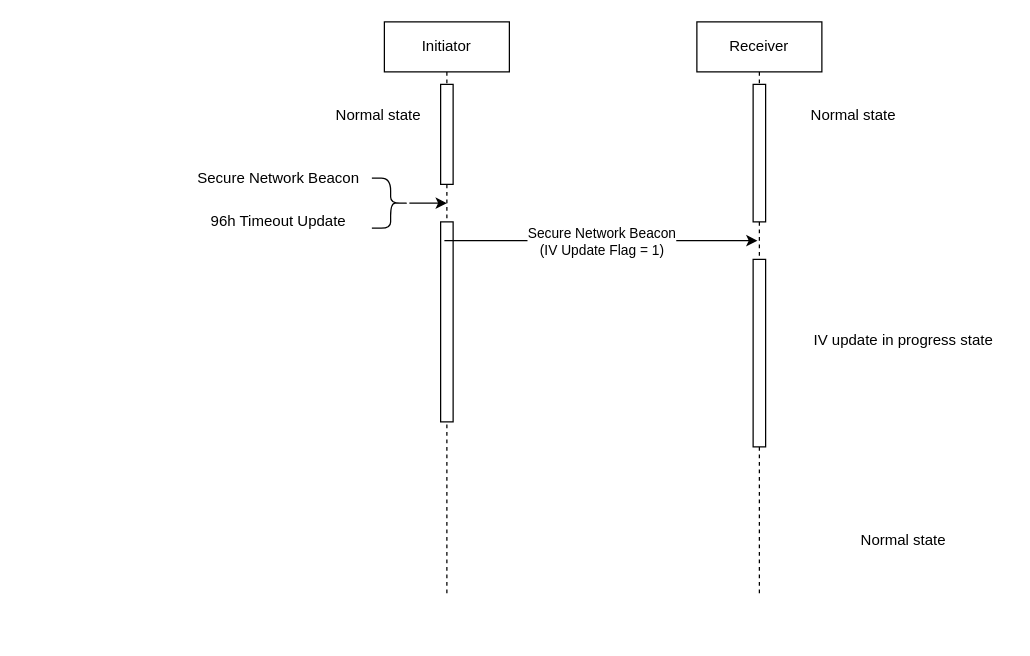
Above: page "第 3 页" (3 of 3) of Untitled Diagram.drawio in git4Chub/drawio_doc (draw.io), before the change. Source tidied: cells renumbered, new cells numbered last; positions are measured from the earlier drawing's top-left corner, leaving out a move shared by most shapes. Both pictures are drawn from the tidied source at 125%, with x=0, y=0 at pixel (184, 21).
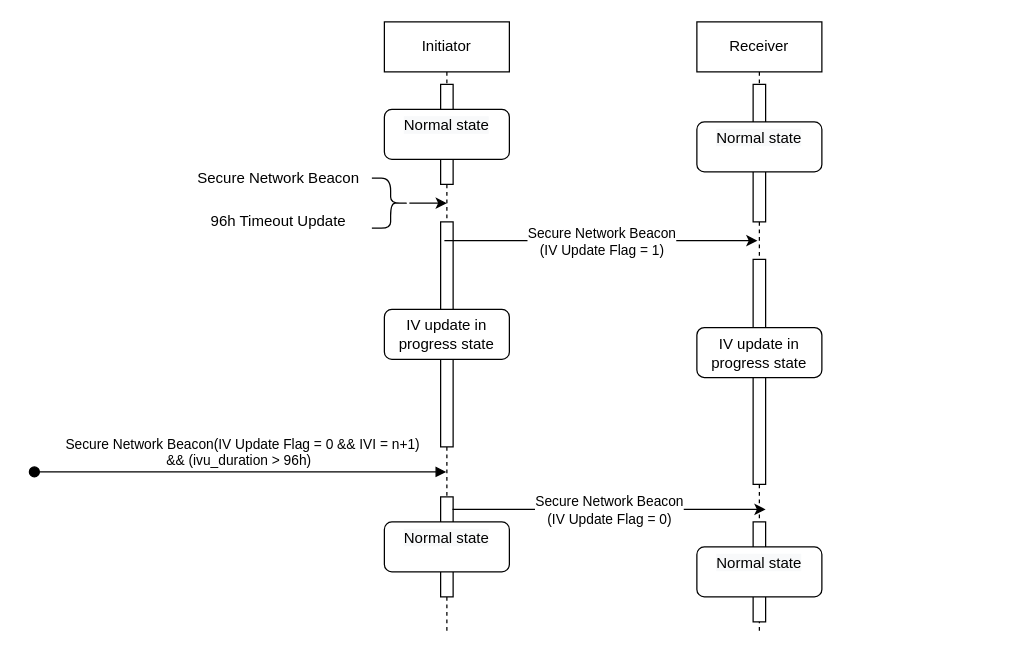
The same diagram, later.

What changed in the source:
```diff
@@
     <mxCell id="2" value="Initiator" style="shape=umlLifeline;perimeter=lifelinePerimeter;whiteSpace=wrap;html=1;outlineConnect=0;" parent="1" vertex="1">
-      <mxGeometry x="160" width="100" height="460" as="geometry" />
+      <mxGeometry x="160" width="100" height="490" as="geometry" />
     </mxCell>
@@
-    <mxCell id="4" value="Normal state" style="text;html=1;align=center;verticalAlign=middle;strokeColor=none;fillColor=none;" parent="2" vertex="1">
-      <mxGeometry x="-50" y="60" width="90" height="30" as="geometry" />
-    </mxCell>
     <mxCell id="5" style="html=1;perimeter=orthogonalPerimeter;" parent="2" vertex="1">
-      <mxGeometry x="45" y="160" width="10" height="160" as="geometry" />
+      <mxGeometry x="45" y="160" width="10" height="180" as="geometry" />
     </mxCell>
+    <mxCell id="18" value="&lt;span style=&quot;font-size: 11px;&quot;&gt;&amp;nbsp;Secure Network Beacon(IV Update Flag = 0 &amp;amp;&amp;amp; IVI = n+1) &lt;br&gt;&amp;amp;&amp;amp; (ivu_duration &amp;gt; 96h)&amp;nbsp;&lt;/span&gt;" style="html=1;verticalAlign=bottom;startArrow=oval;startFill=1;endArrow=block;startSize=8;rounded=0;" parent="2" edge="1" target="2">
+      <mxGeometry relative="1" as="geometry">
+        <mxPoint x="-280" y="360" as="sourcePoint" />
+      </mxGeometry>
+    </mxCell>
+    <mxCell id="19" style="html=1;perimeter=orthogonalPerimeter;" parent="2" vertex="1">
+      <mxGeometry x="45" y="380" width="10" height="80" as="geometry" />
+    </mxCell>
+    <mxCell id="20" value="&#10;&lt;span style=&quot;color: rgb(0, 0, 0); font-family: Helvetica; font-size: 12px; font-style: normal; font-variant-ligatures: normal; font-variant-caps: normal; font-weight: 400; letter-spacing: normal; orphans: 2; text-align: center; text-indent: 0px; text-transform: none; widows: 2; word-spacing: 0px; -webkit-text-stroke-width: 0px; background-color: rgb(248, 249, 250); text-decoration-thickness: initial; text-decoration-style: initial; text-decoration-color: initial; float: none; display: inline !important;&quot;&gt;Normal state&lt;/span&gt;&#10;&#10;" style="rounded=1;whiteSpace=wrap;html=1;" parent="2" vertex="1">
+      <mxGeometry y="70" width="100" height="40" as="geometry" />
+    </mxCell>
+    <mxCell id="21" value="&lt;span style=&quot;&quot;&gt;IV update in progress state&lt;/span&gt;" style="rounded=1;whiteSpace=wrap;html=1;" parent="2" vertex="1">
+      <mxGeometry y="230" width="100" height="40" as="geometry" />
+    </mxCell>
+    <mxCell id="22" value="&#10;&lt;span style=&quot;color: rgb(0, 0, 0); font-family: Helvetica; font-size: 12px; font-style: normal; font-variant-ligatures: normal; font-variant-caps: normal; font-weight: 400; letter-spacing: normal; orphans: 2; text-align: center; text-indent: 0px; text-transform: none; widows: 2; word-spacing: 0px; -webkit-text-stroke-width: 0px; background-color: rgb(248, 249, 250); text-decoration-thickness: initial; text-decoration-style: initial; text-decoration-color: initial; float: none; display: inline !important;&quot;&gt;Normal state&lt;/span&gt;&#10;&#10;" style="rounded=1;whiteSpace=wrap;html=1;" parent="2" vertex="1">
+      <mxGeometry y="400" width="100" height="40" as="geometry" />
+    </mxCell>
     <mxCell id="6" value="Receiver" style="shape=umlLifeline;perimeter=lifelinePerimeter;whiteSpace=wrap;html=1;" parent="1" vertex="1">
-      <mxGeometry x="410" width="100" height="460" as="geometry" />
+      <mxGeometry x="410" width="100" height="490" as="geometry" />
     </mxCell>
@@
     <mxCell id="8" style="html=1;perimeter=orthogonalPerimeter;" parent="6" vertex="1">
-      <mxGeometry x="45" y="190" width="10" height="150" as="geometry" />
+      <mxGeometry x="45" y="190" width="10" height="180" as="geometry" />
     </mxCell>
-    <mxCell id="9" value="IV update in progress state" style="text;html=1;align=center;verticalAlign=middle;strokeColor=none;fillColor=none;" parent="1" vertex="1">
-      <mxGeometry x="490" y="240" width="170" height="30" as="geometry" />
-    </mxCell>
-    <mxCell id="10" value="Normal state" style="text;html=1;align=center;verticalAlign=middle;strokeColor=none;fillColor=none;" parent="1" vertex="1">
-      <mxGeometry x="530" y="400" width="90" height="30" as="geometry" />
-    </mxCell>
+    <mxCell id="23" style="endArrow=classic;html=1;rounded=0;" parent="6" edge="1">
+      <mxGeometry relative="1" as="geometry">
+        <mxPoint x="-195.5" y="390" as="sourcePoint" />
+        <mxPoint x="55" y="390" as="targetPoint" />
+        <Array as="points">
+          <mxPoint x="-45" y="390" />
+          <mxPoint x="35.5" y="390" />
+        </Array>
+      </mxGeometry>
+    </mxCell>
+    <mxCell id="24" value="Secure Network Beacon&lt;br&gt;(IV Update Flag = 0)" style="edgeLabel;html=1;align=center;verticalAlign=middle;" parent="23" vertex="1">
+      <mxGeometry relative="1" as="geometry" />
+    </mxCell>
+    <mxCell id="25" style="html=1;perimeter=orthogonalPerimeter;" parent="6" vertex="1">
+      <mxGeometry x="45" y="400" width="10" height="80" as="geometry" />
+    </mxCell>
+    <mxCell id="26" value="&#10;&lt;span style=&quot;color: rgb(0, 0, 0); font-family: Helvetica; font-size: 12px; font-style: normal; font-variant-ligatures: normal; font-variant-caps: normal; font-weight: 400; letter-spacing: normal; orphans: 2; text-align: center; text-indent: 0px; text-transform: none; widows: 2; word-spacing: 0px; -webkit-text-stroke-width: 0px; background-color: rgb(248, 249, 250); text-decoration-thickness: initial; text-decoration-style: initial; text-decoration-color: initial; float: none; display: inline !important;&quot;&gt;Normal state&lt;/span&gt;&#10;&#10;" style="rounded=1;whiteSpace=wrap;html=1;" parent="6" vertex="1">
+      <mxGeometry y="80" width="100" height="40" as="geometry" />
+    </mxCell>
+    <mxCell id="27" value="&lt;span style=&quot;&quot;&gt;IV update in progress state&lt;/span&gt;" style="rounded=1;whiteSpace=wrap;html=1;" parent="6" vertex="1">
+      <mxGeometry y="244.5" width="100" height="40" as="geometry" />
+    </mxCell>
+    <mxCell id="28" value="&#10;&lt;span style=&quot;color: rgb(0, 0, 0); font-family: Helvetica; font-size: 12px; font-style: normal; font-variant-ligatures: normal; font-variant-caps: normal; font-weight: 400; letter-spacing: normal; orphans: 2; text-align: center; text-indent: 0px; text-transform: none; widows: 2; word-spacing: 0px; -webkit-text-stroke-width: 0px; background-color: rgb(248, 249, 250); text-decoration-thickness: initial; text-decoration-style: initial; text-decoration-color: initial; float: none; display: inline !important;&quot;&gt;Normal state&lt;/span&gt;&#10;&#10;" style="rounded=1;whiteSpace=wrap;html=1;" parent="6" vertex="1">
+      <mxGeometry y="420" width="100" height="40" as="geometry" />
+    </mxCell>
@@
-    <mxCell id="17" value="Normal state" style="text;html=1;align=center;verticalAlign=middle;strokeColor=none;fillColor=none;" parent="1" vertex="1">
-      <mxGeometry x="490" y="60" width="90" height="30" as="geometry" />
-    </mxCell>
```
